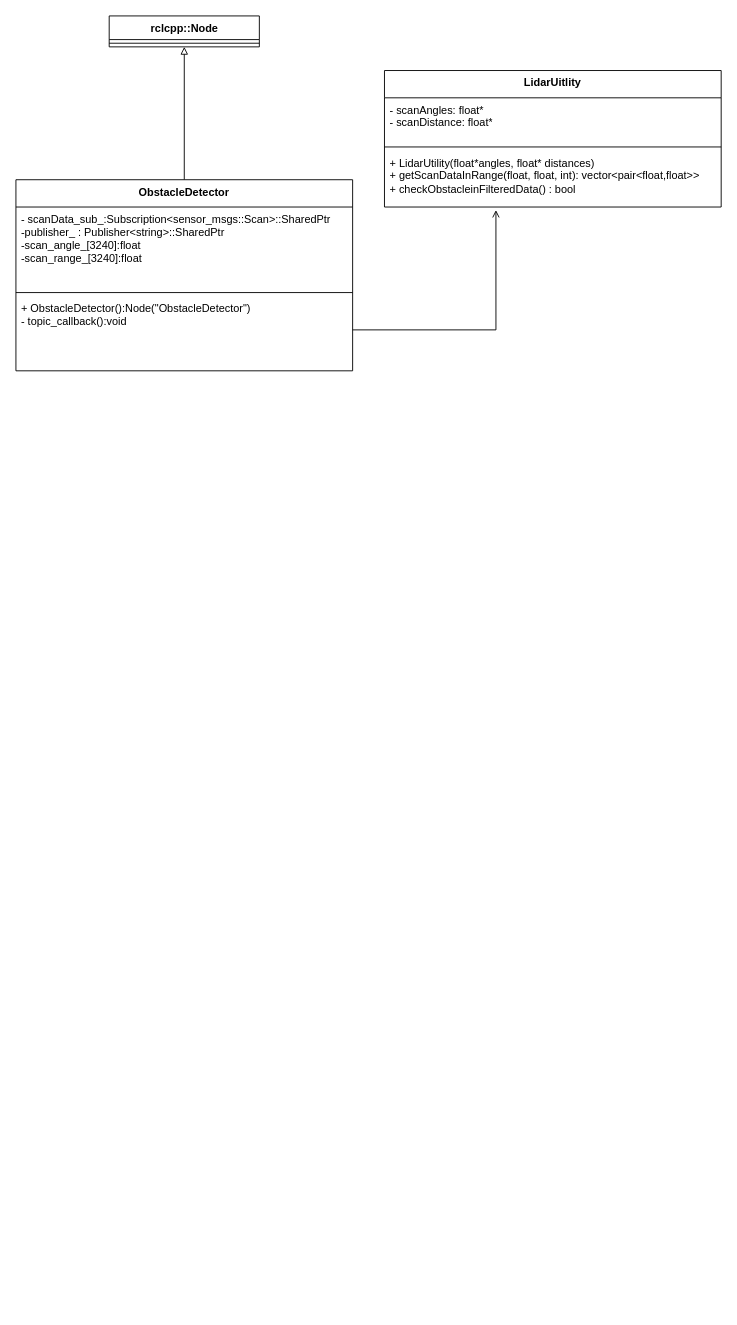
The draw.io diagram Diagrams/UML/obstacle uml.drawio in mekuro9/PWAO-CSU, before the edit. Source tidied: cells renumbered, new cells numbered last; positions are measured from the earlier drawing's top-left corner, leaving out a move shared by most shapes. Both pictures are drawn from the tidied source at 91%, with x=0, y=0 at pixel (15, 15).
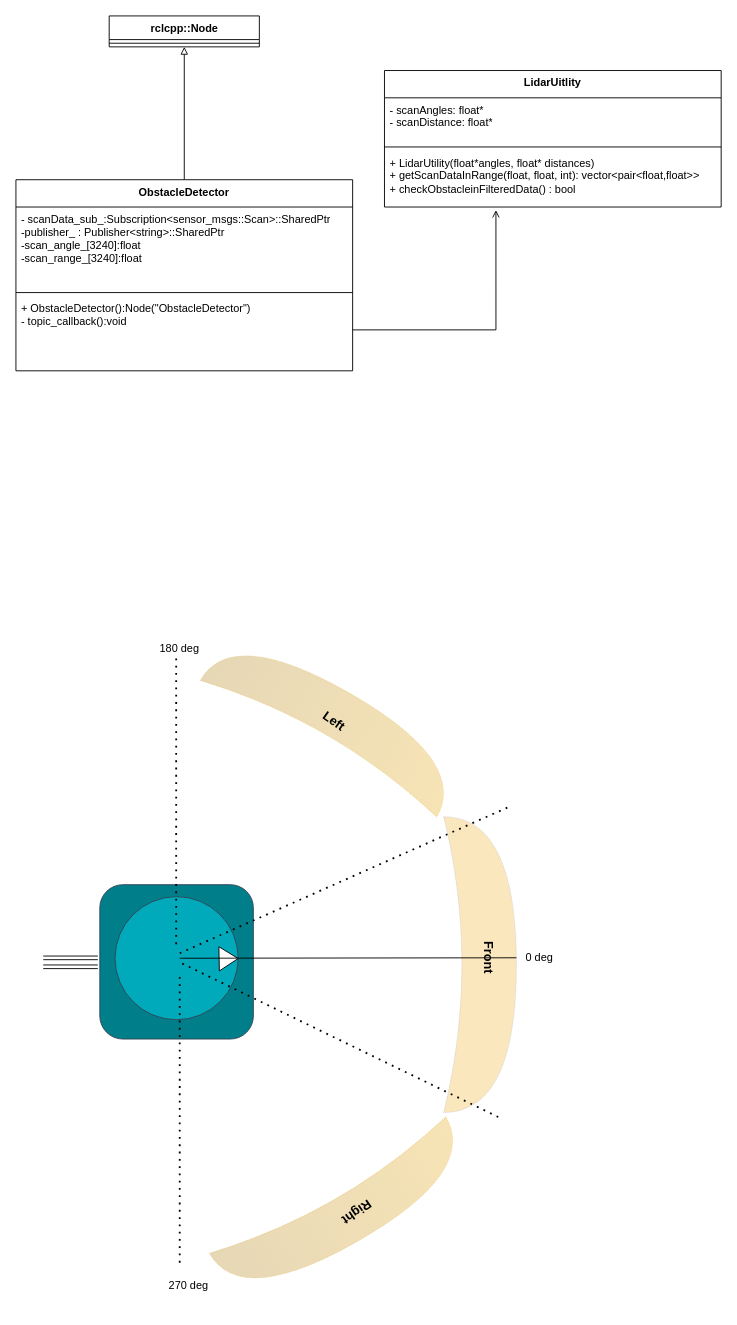
Above is the later version.

Change to the diagram source:
```diff
@@
+    <mxCell id="14" style="shape=xor;whiteSpace=wrap;html=1;shadow=0;dashed=1;dashPattern=1 1;fillColor=#eeb127;strokeColor=#6c8ebf;opacity=30;" parent="1" vertex="1">
+      <mxGeometry x="470" y="880" width="80" height="325" as="geometry" />
+    </mxCell>
@@
+    <mxCell id="15" style="group;" parent="1" vertex="1">
+      <mxGeometry x="30" y="970" width="248.7" height="163.8" as="geometry" />
+    </mxCell>
+    <mxCell id="16" style="group;rotation=-180;" parent="15" vertex="1">
+      <mxGeometry x="90" width="158.7" height="163.8" as="geometry" />
+    </mxCell>
+    <mxCell id="17" style="rounded=1;whiteSpace=wrap;html=1;fillColor=#007e8a;fontColor=#ffffff;strokeColor=#314354;" parent="16" vertex="1">
+      <mxGeometry x="-27.8" y="-15.3" width="168.7" height="169.6" as="geometry" />
+    </mxCell>
+    <mxCell id="18" style="ellipse;whiteSpace=wrap;html=1;rotation=-270;fillColor=#00aabb;fontColor=#ffffff;strokeColor=#314354;" parent="16" vertex="1">
+      <mxGeometry x="-11.1" y="-2.2" width="135.3" height="135.3" as="geometry" />
+    </mxCell>
+    <mxCell id="19" style="triangle;whiteSpace=wrap;html=1;rotation=-361;" parent="16" vertex="1">
+      <mxGeometry x="103.3" y="52.7" width="20.9" height="26.6" as="geometry" />
+    </mxCell>
+    <mxCell id="20" style="endArrow=none;html=1;rounded=0;" parent="16" edge="1">
+      <mxGeometry relative="1" as="geometry">
+        <mxPoint x="60" y="65.5" as="sourcePoint" />
+        <mxPoint x="430" y="65" as="targetPoint" />
+      </mxGeometry>
+    </mxCell>
+    <mxCell id="21" style="group;" parent="15" vertex="1">
+      <mxGeometry y="65.1" width="60" height="9.8" as="geometry" />
+    </mxCell>
+    <mxCell id="22" style="shape=link;html=1;rounded=0;" parent="21" edge="1">
+      <mxGeometry relative="1" as="geometry">
+        <mxPoint as="sourcePoint" />
+        <mxPoint x="60" as="targetPoint" />
+      </mxGeometry>
+    </mxCell>
+    <mxCell id="23" style="shape=link;html=1;rounded=0;" parent="21" edge="1">
+      <mxGeometry relative="1" as="geometry">
+        <mxPoint y="9.8" as="sourcePoint" />
+        <mxPoint x="60" y="9.8" as="targetPoint" />
+      </mxGeometry>
+    </mxCell>
+    <mxCell id="24" style="endArrow=none;dashed=1;html=1;dashPattern=1 3;strokeWidth=2;rounded=0;" parent="1" edge="1">
+      <mxGeometry relative="1" as="geometry">
+        <mxPoint x="176.1" y="1020" as="sourcePoint" />
+        <mxPoint x="176.1" y="700" as="targetPoint" />
+      </mxGeometry>
+    </mxCell>
+    <mxCell id="25" style="endArrow=none;dashed=1;html=1;dashPattern=1 3;strokeWidth=2;rounded=0;" parent="1" edge="1">
+      <mxGeometry relative="1" as="geometry">
+        <mxPoint x="180" y="1370" as="sourcePoint" />
+        <mxPoint x="180" y="1050" as="targetPoint" />
+      </mxGeometry>
+    </mxCell>
+    <mxCell id="26" style="endArrow=none;dashed=1;html=1;dashPattern=1 3;strokeWidth=2;rounded=0;" parent="1" edge="1">
+      <mxGeometry relative="1" as="geometry">
+        <mxPoint x="530" y="1210" as="sourcePoint" />
+        <mxPoint x="180" y="1040" as="targetPoint" />
+      </mxGeometry>
+    </mxCell>
+    <mxCell id="27" style="endArrow=none;dashed=1;html=1;dashPattern=1 3;strokeWidth=2;rounded=0;" parent="1" edge="1">
+      <mxGeometry relative="1" as="geometry">
+        <mxPoint x="540" y="870" as="sourcePoint" />
+        <mxPoint x="180" y="1030" as="targetPoint" />
+      </mxGeometry>
+    </mxCell>
+    <mxCell id="28" value="0 deg" style="text;html=1;align=center;verticalAlign=middle;strokeColor=none;fillColor=none;" parent="1" vertex="1">
+      <mxGeometry x="550" y="1020" width="50" height="30" as="geometry" />
+    </mxCell>
+    <mxCell id="29" value="180 deg" style="text;html=1;align=center;verticalAlign=middle;whiteSpace=wrap;rounded=0;" parent="1" vertex="1">
+      <mxGeometry x="150" y="680" width="60" height="30" as="geometry" />
+    </mxCell>
+    <mxCell id="30" value="270 deg" style="text;html=1;align=center;verticalAlign=middle;whiteSpace=wrap;rounded=0;" parent="1" vertex="1">
+      <mxGeometry x="160" y="1380" width="60" height="30" as="geometry" />
+    </mxCell>
+    <mxCell id="31" style="shape=xor;whiteSpace=wrap;html=1;shadow=0;dashed=1;dashPattern=1 1;fillColor=#ad7c0d;strokeColor=#d79b00;opacity=30;direction=south;rotation=-150;gradientColor=#e5a50a;" parent="1" vertex="1">
+      <mxGeometry x="200" y="740" width="300" height="70" as="geometry" />
+    </mxCell>
+    <mxCell id="32" style="shape=xor;whiteSpace=wrap;html=1;shadow=0;dashed=1;dashPattern=1 1;fillColor=#ad7c0d;strokeColor=#d79b00;opacity=30;direction=south;rotation=-30;gradientColor=#e5a50a;gradientDirection=north;" parent="1" vertex="1">
+      <mxGeometry x="210" y="1280" width="300" height="70" as="geometry" />
+    </mxCell>
+    <mxCell id="33" value="&lt;b&gt;&lt;font style=&quot;font-size: 14px;&quot;&gt;Front&lt;/font&gt;&lt;/b&gt;" style="text;html=1;align=center;verticalAlign=middle;whiteSpace=wrap;rounded=0;rotation=90;" parent="1" vertex="1">
+      <mxGeometry x="490" y="1020" width="60" height="30" as="geometry" />
+    </mxCell>
+    <mxCell id="34" value="&lt;b&gt;&lt;font style=&quot;font-size: 14px;&quot;&gt;Left&lt;/font&gt;&lt;/b&gt;" style="text;html=1;align=center;verticalAlign=middle;whiteSpace=wrap;rounded=0;rotation=35;" parent="1" vertex="1">
+      <mxGeometry x="320" y="760" width="60" height="30" as="geometry" />
+    </mxCell>
+    <mxCell id="35" value="&lt;font size=&quot;1&quot;&gt;&lt;b style=&quot;font-size: 14px;&quot;&gt;Right&lt;/b&gt;&lt;/font&gt;" style="text;html=1;align=center;verticalAlign=middle;whiteSpace=wrap;rounded=0;rotation=-215;" parent="1" vertex="1">
+      <mxGeometry x="345" y="1300" width="60" height="30" as="geometry" />
+    </mxCell>
```
